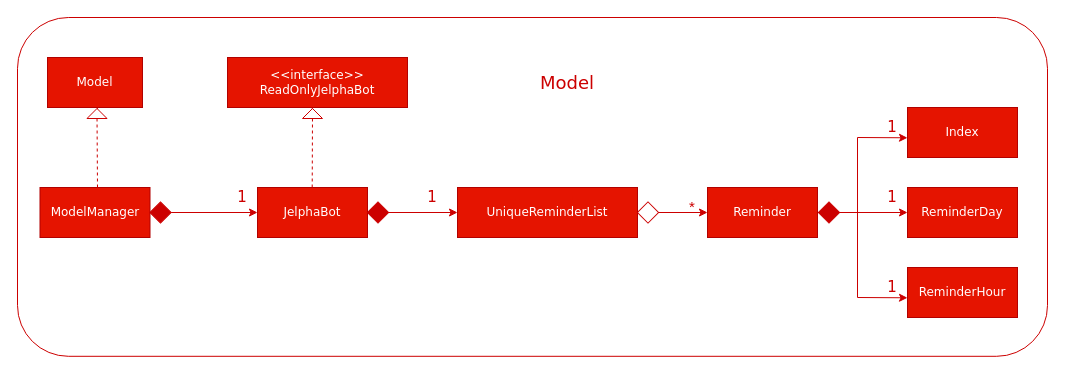
Earlier version of the draw.io diagram docs/diagrams/Reminderclass.drawio (yapdianhao/main). Source tidied: cells renumbered, new cells numbered last; positions are measured from the earlier drawing's top-left corner, leaving out a move shared by most shapes. Both pictures are drawn from the tidied source at 100%, with x=0, y=0 at pixel (17, 17).
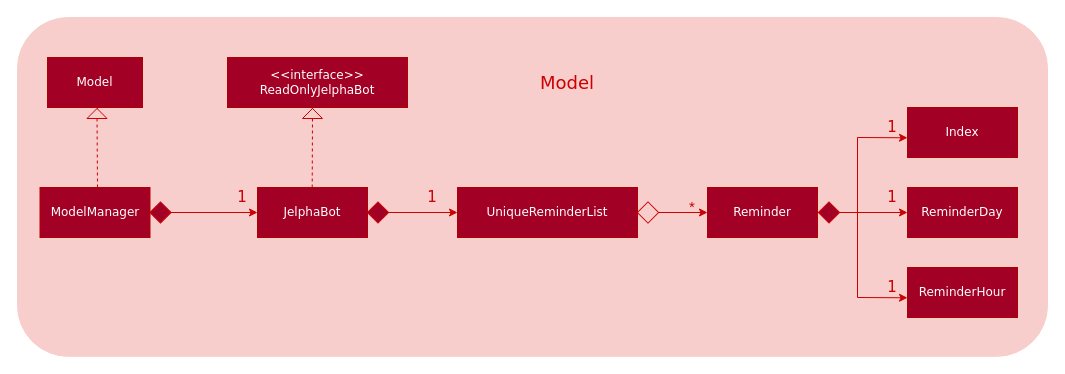
The same page after the edit.

What changed in the source:
```diff
@@
+    <mxCell id="34" style="rounded=1;whiteSpace=wrap;html=1;strokeColor=#F8CECC;fillColor=#F8CECC;fontFamily=Verdana;" parent="1" vertex="1">
+      <mxGeometry width="1030" height="338.8" as="geometry" />
+    </mxCell>
-    <mxCell id="2" value="&lt;font face=&quot;Verdana&quot;&gt;JelphaBot&lt;/font&gt;" style="rounded=0;whiteSpace=wrap;html=1;fillColor=#e51400;strokeColor=#B20000;fontColor=#ffffff;" parent="1" vertex="1">
+    <mxCell id="2" value="&lt;font face=&quot;Verdana&quot;&gt;JelphaBot&lt;/font&gt;" style="rounded=0;whiteSpace=wrap;html=1;fillColor=#A20025;strokeColor=#B20000;fontColor=#ffffff;" parent="1" vertex="1">
       <mxGeometry x="240" y="170" width="110" height="50" as="geometry" />
     </mxCell>
-    <mxCell id="3" value="&lt;font face=&quot;Verdana&quot;&gt;&amp;lt;&amp;lt;interface&amp;gt;&amp;gt;&lt;br&gt;ReadOnlyJelphaBot&lt;br&gt;&lt;/font&gt;" style="rounded=0;whiteSpace=wrap;html=1;fillColor=#e51400;strokeColor=#B20000;fontColor=#ffffff;" parent="1" vertex="1">
+    <mxCell id="3" value="&lt;font face=&quot;Verdana&quot;&gt;&amp;lt;&amp;lt;interface&amp;gt;&amp;gt;&lt;br&gt;ReadOnlyJelphaBot&lt;br&gt;&lt;/font&gt;" style="rounded=0;whiteSpace=wrap;html=1;fillColor=#A20025;strokeColor=#B20000;fontColor=#ffffff;" parent="1" vertex="1">
       <mxGeometry x="210" y="40" width="180" height="50" as="geometry" />
     </mxCell>
-    <mxCell id="4" value="&lt;font face=&quot;Verdana&quot;&gt;Model&lt;/font&gt;" style="rounded=0;whiteSpace=wrap;html=1;fillColor=#e51400;strokeColor=#B20000;fontColor=#ffffff;" parent="1" vertex="1">
+    <mxCell id="4" value="&lt;font face=&quot;Verdana&quot;&gt;Model&lt;/font&gt;" style="rounded=0;whiteSpace=wrap;html=1;fillColor=#A20025;strokeColor=#B20000;fontColor=#ffffff;" parent="1" vertex="1">
       <mxGeometry x="30" y="40" width="95" height="50" as="geometry" />
     </mxCell>
-    <mxCell id="5" value="&lt;font face=&quot;Verdana&quot;&gt;ModelManager&lt;/font&gt;" style="rounded=0;whiteSpace=wrap;html=1;fillColor=#e51400;strokeColor=#B20000;fontColor=#ffffff;" parent="1" vertex="1">
+    <mxCell id="5" value="&lt;font face=&quot;Verdana&quot;&gt;ModelManager&lt;/font&gt;" style="rounded=0;whiteSpace=wrap;html=1;fillColor=#A20025;strokeColor=#B20000;fontColor=#ffffff;" parent="1" vertex="1">
       <mxGeometry x="22.5" y="170" width="110" height="50" as="geometry" />
     </mxCell>
-    <mxCell id="6" value="&lt;font face=&quot;Verdana&quot;&gt;UniqueReminderList&lt;/font&gt;" style="rounded=0;whiteSpace=wrap;html=1;fillColor=#e51400;strokeColor=#B20000;fontColor=#ffffff;" parent="1" vertex="1">
+    <mxCell id="6" value="&lt;font face=&quot;Verdana&quot;&gt;UniqueReminderList&lt;/font&gt;" style="rounded=0;whiteSpace=wrap;html=1;fillColor=#A20025;strokeColor=#B20000;fontColor=#ffffff;" parent="1" vertex="1">
       <mxGeometry x="440" y="170" width="180" height="50" as="geometry" />
     </mxCell>
-    <mxCell id="7" value="&lt;font face=&quot;Verdana&quot;&gt;Reminder&lt;/font&gt;" style="rounded=0;whiteSpace=wrap;html=1;fillColor=#e51400;strokeColor=#B20000;fontColor=#ffffff;" parent="1" vertex="1">
+    <mxCell id="7" value="&lt;font face=&quot;Verdana&quot;&gt;Reminder&lt;/font&gt;" style="rounded=0;whiteSpace=wrap;html=1;fillColor=#A20025;strokeColor=#B20000;fontColor=#ffffff;" parent="1" vertex="1">
       <mxGeometry x="690" y="170" width="110" height="50" as="geometry" />
     </mxCell>
-    <mxCell id="8" value="&lt;font face=&quot;Verdana&quot;&gt;Index&lt;/font&gt;" style="rounded=0;whiteSpace=wrap;html=1;fillColor=#e51400;strokeColor=#B20000;fontColor=#ffffff;" parent="1" vertex="1">
+    <mxCell id="8" value="&lt;font face=&quot;Verdana&quot;&gt;Index&lt;/font&gt;" style="rounded=0;whiteSpace=wrap;html=1;fillColor=#A20025;strokeColor=#B20000;fontColor=#ffffff;" parent="1" vertex="1">
       <mxGeometry x="890" y="90" width="110" height="50" as="geometry" />
     </mxCell>
-    <mxCell id="9" value="&lt;font face=&quot;Verdana&quot;&gt;ReminderDay&lt;/font&gt;" style="rounded=0;whiteSpace=wrap;html=1;fillColor=#e51400;strokeColor=#B20000;fontColor=#ffffff;" parent="1" vertex="1">
+    <mxCell id="9" value="&lt;font face=&quot;Verdana&quot;&gt;ReminderDay&lt;/font&gt;" style="rounded=0;whiteSpace=wrap;html=1;fillColor=#A20025;strokeColor=#B20000;fontColor=#ffffff;" parent="1" vertex="1">
       <mxGeometry x="890" y="170" width="110" height="50" as="geometry" />
     </mxCell>
-    <mxCell id="10" value="&lt;font face=&quot;Verdana&quot;&gt;ReminderHour&lt;/font&gt;" style="rounded=0;whiteSpace=wrap;html=1;fillColor=#e51400;strokeColor=#B20000;fontColor=#ffffff;" parent="1" vertex="1">
+    <mxCell id="10" value="&lt;font face=&quot;Verdana&quot;&gt;ReminderHour&lt;/font&gt;" style="rounded=0;whiteSpace=wrap;html=1;fillColor=#A20025;strokeColor=#B20000;fontColor=#ffffff;" parent="1" vertex="1">
       <mxGeometry x="890" y="250" width="110" height="50" as="geometry" />
     </mxCell>
@@
-    <mxCell id="16" style="whiteSpace=wrap;html=1;fillColor=#CC0000;rotation=-45;strokeColor=#CC0000;" parent="1" vertex="1">
+    <mxCell id="16" style="whiteSpace=wrap;html=1;fillColor=#A20025;rotation=-45;strokeColor=#CC0000;" parent="1" vertex="1">
       <mxGeometry x="804" y="187.5" width="15" height="15" as="geometry" />
     </mxCell>
@@
-    <mxCell id="19" style="whiteSpace=wrap;html=1;fillColor=#CC0000;rotation=-45;strokeColor=#CC0000;" parent="1" vertex="1">
+    <mxCell id="19" style="whiteSpace=wrap;html=1;fillColor=#A20025;rotation=-45;strokeColor=#CC0000;" parent="1" vertex="1">
       <mxGeometry x="353" y="187.5" width="15" height="15" as="geometry" />
     </mxCell>
@@
-    <mxCell id="22" style="whiteSpace=wrap;html=1;fillColor=#CC0000;rotation=-45;strokeColor=#CC0000;" parent="1" vertex="1">
+    <mxCell id="22" style="whiteSpace=wrap;html=1;fillColor=#A20025;rotation=-45;strokeColor=#CC0000;" parent="1" vertex="1">
       <mxGeometry x="135.5" y="187.5" width="15" height="15" as="geometry" />
     </mxCell>
@@
-    <mxCell id="34" style="rounded=1;whiteSpace=wrap;html=1;strokeColor=#CC0000;fillColor=none;fontFamily=Verdana;" parent="1" vertex="1">
-      <mxGeometry width="1030" height="338.8" as="geometry" />
-    </mxCell>
```
